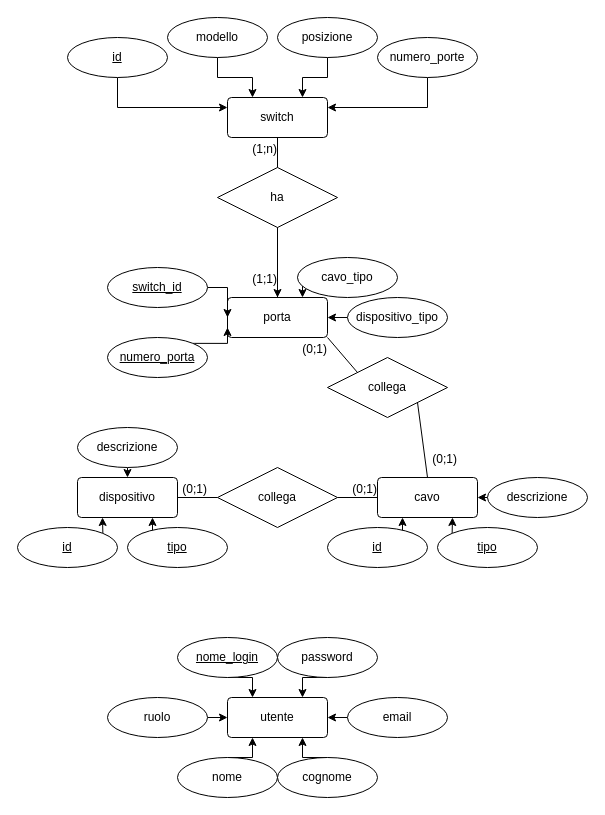
Earlier version of the draw.io diagram Documenti/Diagramma ER_CatalogoConnessionRete.drawio (MarkovicVeljko/CatalogoConnessioneRete). Source tidied: cells renumbered, new cells numbered last; positions are measured from the earlier drawing's top-left corner, leaving out a move shared by most shapes. Both pictures are drawn from the tidied source at 100%, with x=0, y=0 at pixel (17, 17).
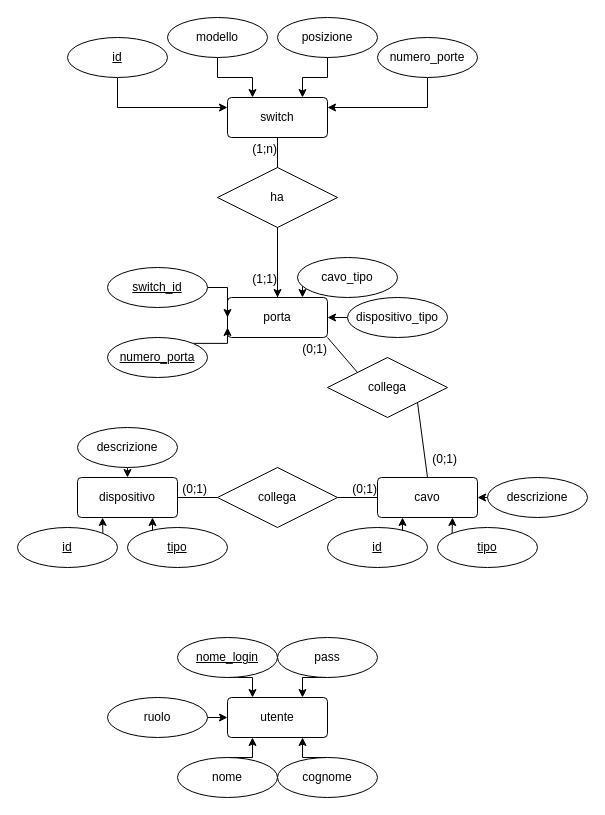
After the change.

Unchanged cells that the change refers to:
```xml
<mxCell id="42" value="utente" style="rounded=1;arcSize=10;whiteSpace=wrap;html=1;align=center;" parent="1" vertex="1">
  <mxGeometry x="210" y="680" width="100" height="40" as="geometry" />
</mxCell>
```

What changed in the source:
```diff
@@
-    <mxCell id="46" value="password" style="ellipse;whiteSpace=wrap;html=1;align=center;" parent="1" vertex="1">
+    <mxCell id="46" value="pass" style="ellipse;whiteSpace=wrap;html=1;align=center;" parent="1" vertex="1">
       <mxGeometry x="260" y="620" width="100" height="40" as="geometry" />
     </mxCell>
-    <mxCell id="47" style="edgeStyle=orthogonalEdgeStyle;rounded=0;jettySize=auto;html=1;exitX=0;exitY=0.5;exitDx=0;exitDy=0;entryX=1;entryY=0.5;entryDx=0;entryDy=0;" parent="1" edge="1" source="48" target="42">
-      <mxGeometry relative="1" as="geometry" />
-    </mxCell>
-    <mxCell id="48" value="email" style="ellipse;whiteSpace=wrap;html=1;align=center;" parent="1" vertex="1">
-      <mxGeometry x="330" y="680" width="100" height="40" as="geometry" />
-    </mxCell>
```
